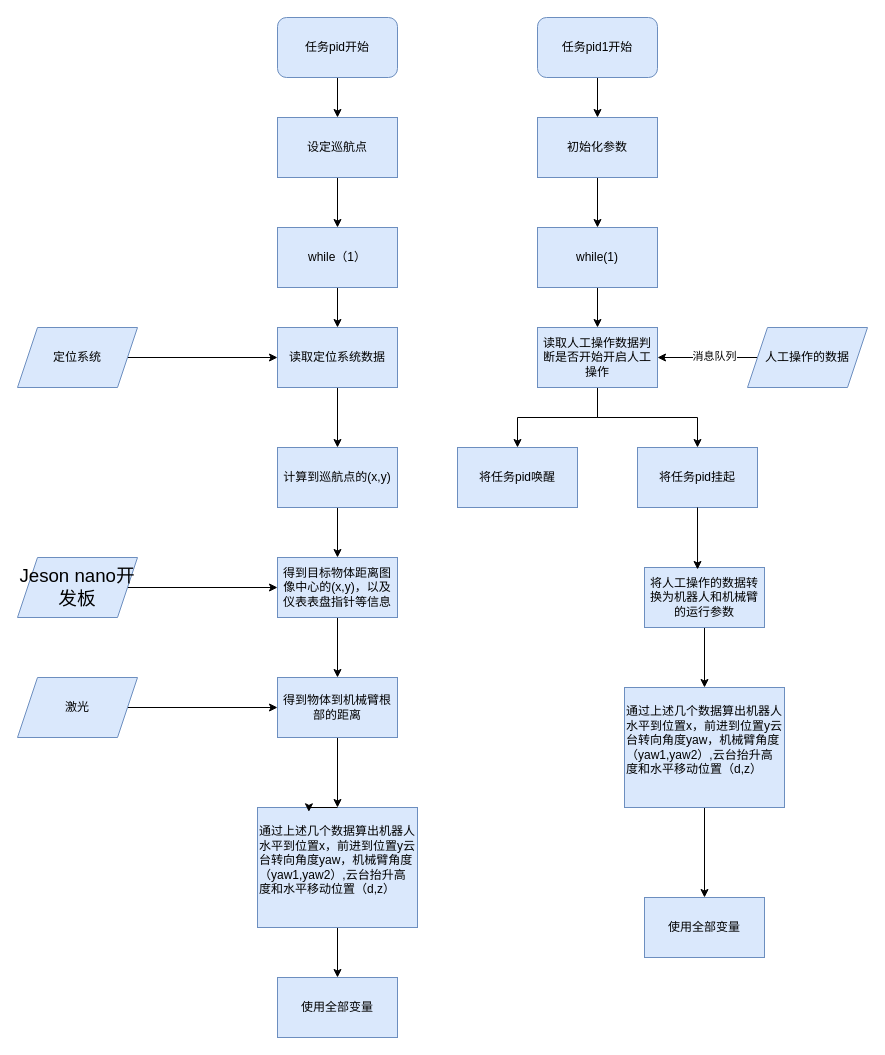
The draw.io diagram 云台控制.drawio in aaahang/c_code, before the edit. Source tidied: cells renumbered, new cells numbered last; positions are measured from the earlier drawing's top-left corner, leaving out a move shared by most shapes. Both pictures are drawn from the tidied source at 100%, with x=0, y=0 at pixel (17, 17).
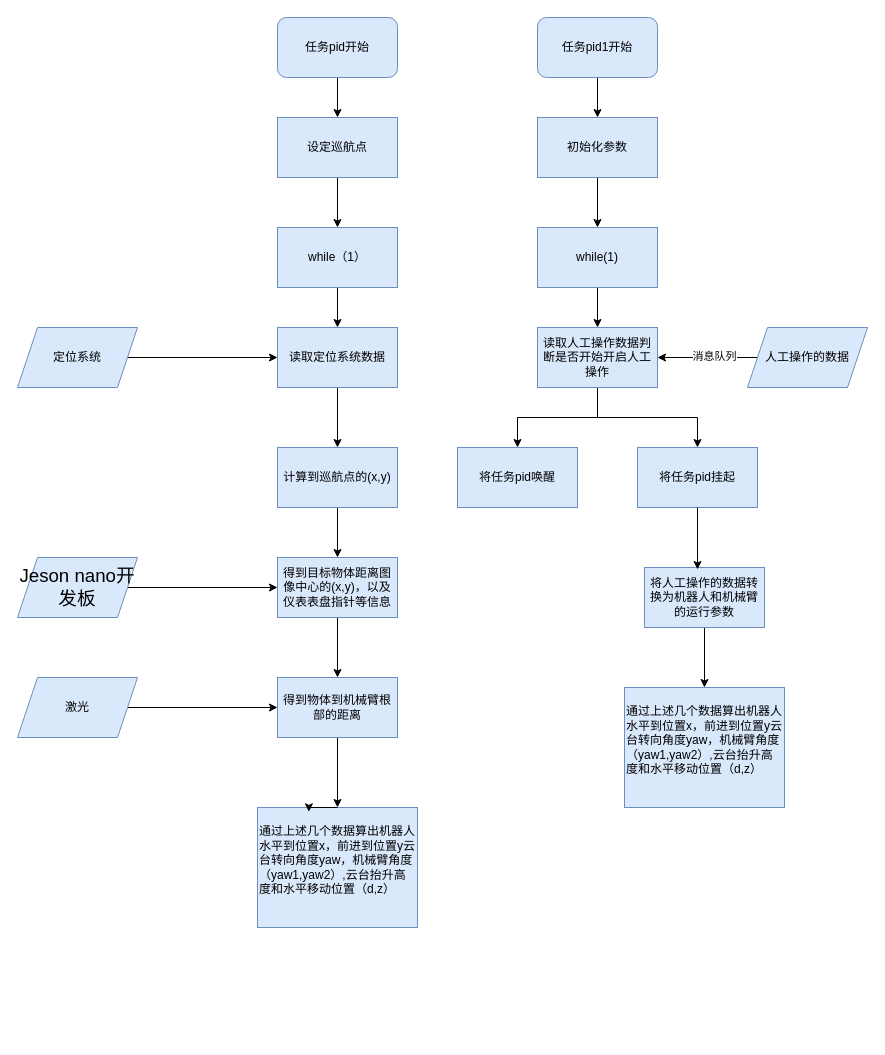
The same page after the edit.

Commit message:
更新云台控制.drawio

Unchanged cells that the change refers to:
```xml
<mxCell id="40" value="通过上述几个数据算出机器人水平到位置x，前进到位置y&lt;span style=&quot;background-color: initial;&quot;&gt;云台转向角度yaw，机械臂角度（yaw1,yaw2）,云台抬升高度和水平移动位置（d,z）&lt;/span&gt;&lt;div&gt;&lt;br&gt;&lt;/div&gt;" style="rounded=0;whiteSpace=wrap;html=1;align=left;fillColor=#dae8fc;strokeColor=#6c8ebf;" parent="1" vertex="1">
  <mxGeometry x="240" y="790" width="160" height="120" as="geometry" />
</mxCell>
<mxCell id="44" value="通过上述几个数据算出机器人水平到位置x，前进到位置y&lt;span style=&quot;background-color: initial;&quot;&gt;云台转向角度yaw，机械臂角度（yaw1,yaw2）,云台抬升高度和水平移动位置（d,z）&lt;/span&gt;&lt;div&gt;&lt;br&gt;&lt;/div&gt;" style="rounded=0;whiteSpace=wrap;html=1;align=left;fillColor=#dae8fc;strokeColor=#6c8ebf;" parent="1" vertex="1">
  <mxGeometry x="607" y="670" width="160" height="120" as="geometry" />
</mxCell>
```

The edit, as a diff of the source:
```diff
@@
-    <mxCell id="39" style="edgeStyle=orthogonalEdgeStyle;rounded=0;jettySize=auto;html=1;exitX=0.5;exitY=1;exitDx=0;exitDy=0;entryX=0.5;entryY=0;entryDx=0;entryDy=0;" parent="1" edge="1" source="40" target="41">
-      <mxGeometry relative="1" as="geometry" />
-    </mxCell>
@@
-    <mxCell id="41" value="使用全部变量" style="rounded=0;whiteSpace=wrap;html=1;fillColor=#dae8fc;strokeColor=#6c8ebf;" parent="1" vertex="1">
-      <mxGeometry x="260" y="960" width="120" height="60" as="geometry" />
-    </mxCell>
@@
-    <mxCell id="43" style="edgeStyle=orthogonalEdgeStyle;rounded=0;jettySize=auto;html=1;exitX=0.5;exitY=1;exitDx=0;exitDy=0;entryX=0.5;entryY=0;entryDx=0;entryDy=0;" parent="1" edge="1" source="44" target="45">
-      <mxGeometry relative="1" as="geometry" />
-    </mxCell>
@@
-    <mxCell id="45" value="使用全部变量" style="rounded=0;whiteSpace=wrap;html=1;fillColor=#dae8fc;strokeColor=#6c8ebf;" parent="1" vertex="1">
-      <mxGeometry x="627" y="880" width="120" height="60" as="geometry" />
-    </mxCell>
```
